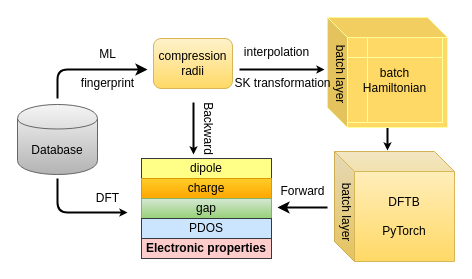
Earlier version of the draw.io diagram Untitled Diagram.drawio (FanGuozheng/dftbpy). Source tidied: cells renumbered, new cells numbered last; positions are measured from the earlier drawing's top-left corner, leaving out a move shared by most shapes. Both pictures are drawn from the tidied source at 100%, with x=0, y=0 at pixel (17, 17).
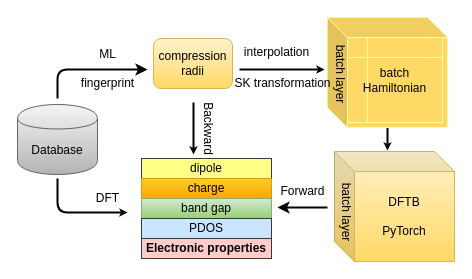
Above is the later version.

Change to the diagram source:
```diff
@@
-    <mxCell id="6" value="gap" style="rounded=0;whiteSpace=wrap;html=1;fillColor=#d5e8d4;strokeColor=#82b366;gradientColor=#97d077;" parent="1" vertex="1">
+    <mxCell id="6" value="band gap" style="rounded=0;whiteSpace=wrap;html=1;fillColor=#d5e8d4;strokeColor=#82b366;gradientColor=#97d077;" parent="1" vertex="1">
       <mxGeometry x="124" y="181" width="130" height="20" as="geometry" />
     </mxCell>
```
